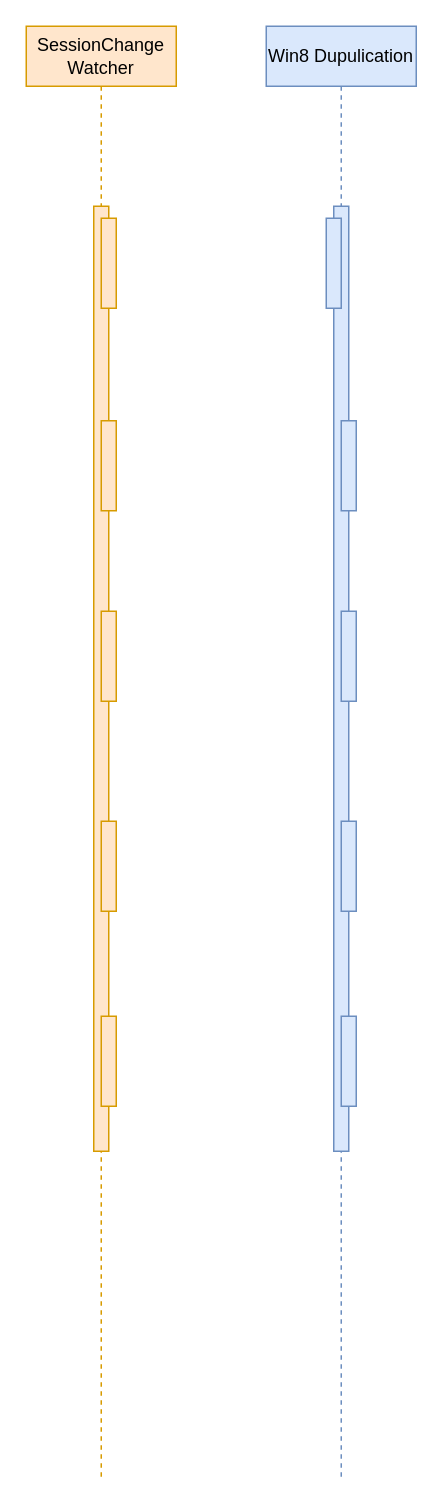
The draw.io diagram page "Hooking" (6 of 9) of UML/mirero/SwRcs/Arch.drawio in rhkdguskim/Study, before the edit. Source tidied: cells renumbered, new cells numbered last; positions are measured from the earlier drawing's top-left corner, leaving out a move shared by most shapes. Both pictures are drawn from the tidied source at 150%, with x=0, y=0 at pixel (26, 26).
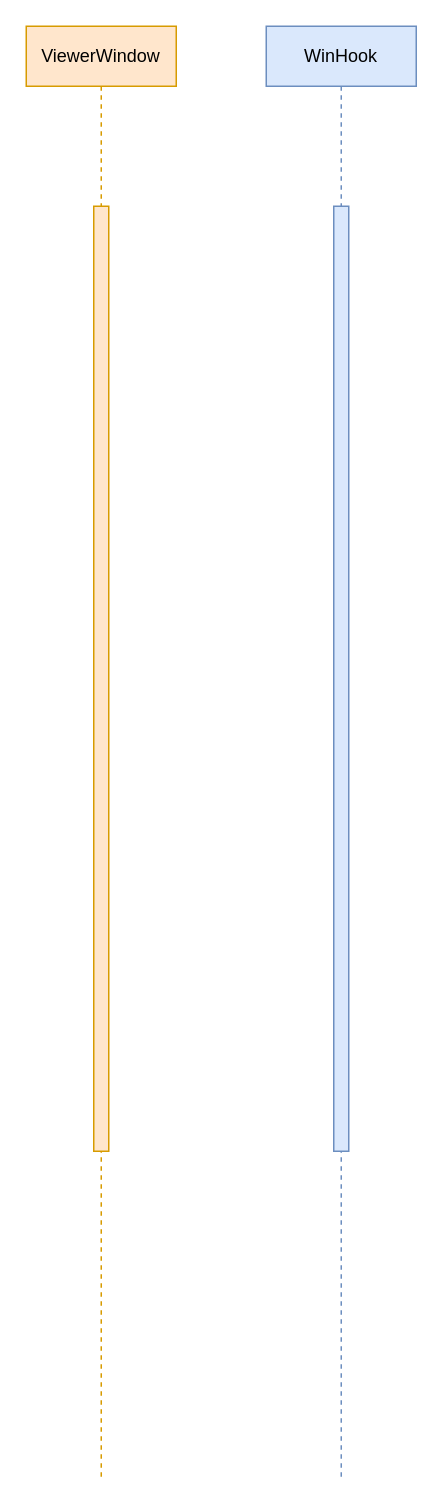
Above is the later version.

The edit, as a diff of the source:
```diff
@@
 <mxGraphModel>
   <root>
     <mxCell id="0" />
     <mxCell id="1" parent="0" />
-    <mxCell id="2" value="SessionChange&lt;br&gt;Watcher" style="shape=umlLifeline;perimeter=lifelinePerimeter;whiteSpace=wrap;html=1;fillColor=#ffe6cc;strokeColor=#d79b00;" parent="1" vertex="1">
+    <mxCell id="2" value="ViewerWindow" style="shape=umlLifeline;perimeter=lifelinePerimeter;whiteSpace=wrap;html=1;fillColor=#ffe6cc;strokeColor=#d79b00;" parent="1" vertex="1">
       <mxGeometry width="100" height="970" as="geometry" />
     </mxCell>
     <mxCell id="3" style="html=1;perimeter=orthogonalPerimeter;fillColor=#ffe6cc;strokeColor=#d79b00;" parent="2" vertex="1">
       <mxGeometry x="45" y="120" width="10" height="630" as="geometry" />
     </mxCell>
-    <mxCell id="4" style="html=1;perimeter=orthogonalPerimeter;fillColor=#ffe6cc;strokeColor=#d79b00;" parent="2" vertex="1">
-      <mxGeometry x="50" y="128" width="10" height="60" as="geometry" />
-    </mxCell>
-    <mxCell id="5" value="Win8 Dupulication" style="shape=umlLifeline;perimeter=lifelinePerimeter;whiteSpace=wrap;html=1;fillColor=#dae8fc;strokeColor=#6c8ebf;" parent="1" vertex="1">
+    <mxCell id="5" value="WinHook" style="shape=umlLifeline;perimeter=lifelinePerimeter;whiteSpace=wrap;html=1;fillColor=#dae8fc;strokeColor=#6c8ebf;" parent="1" vertex="1">
       <mxGeometry x="160" width="100" height="970" as="geometry" />
     </mxCell>
     <mxCell id="6" style="html=1;perimeter=orthogonalPerimeter;fillColor=#dae8fc;strokeColor=#6c8ebf;" parent="5" vertex="1">
       <mxGeometry x="45" y="120" width="10" height="630" as="geometry" />
     </mxCell>
-    <mxCell id="7" style="html=1;perimeter=orthogonalPerimeter;fillColor=#dae8fc;strokeColor=#6c8ebf;" parent="5" vertex="1">
-      <mxGeometry x="40" y="128" width="10" height="60" as="geometry" />
-    </mxCell>
-    <mxCell id="8" style="html=1;perimeter=orthogonalPerimeter;fillColor=#dae8fc;strokeColor=#6c8ebf;" parent="5" vertex="1">
-      <mxGeometry x="50" y="263" width="10" height="60" as="geometry" />
-    </mxCell>
-    <mxCell id="9" style="html=1;perimeter=orthogonalPerimeter;fillColor=#dae8fc;strokeColor=#6c8ebf;" parent="5" vertex="1">
-      <mxGeometry x="50" y="390" width="10" height="60" as="geometry" />
-    </mxCell>
-    <mxCell id="10" style="html=1;perimeter=orthogonalPerimeter;fillColor=#dae8fc;strokeColor=#6c8ebf;" parent="5" vertex="1">
-      <mxGeometry x="50" y="530" width="10" height="60" as="geometry" />
-    </mxCell>
-    <mxCell id="11" style="html=1;perimeter=orthogonalPerimeter;fillColor=#dae8fc;strokeColor=#6c8ebf;" parent="5" vertex="1">
-      <mxGeometry x="50" y="660" width="10" height="60" as="geometry" />
-    </mxCell>
-    <mxCell id="12" style="html=1;perimeter=orthogonalPerimeter;fillColor=#ffe6cc;strokeColor=#d79b00;" parent="1" vertex="1">
-      <mxGeometry x="50" y="263" width="10" height="60" as="geometry" />
-    </mxCell>
-    <mxCell id="13" style="html=1;perimeter=orthogonalPerimeter;fillColor=#ffe6cc;strokeColor=#d79b00;" parent="1" vertex="1">
-      <mxGeometry x="50" y="660" width="10" height="60" as="geometry" />
-    </mxCell>
-    <mxCell id="14" style="html=1;perimeter=orthogonalPerimeter;fillColor=#ffe6cc;strokeColor=#d79b00;" parent="1" vertex="1">
-      <mxGeometry x="50" y="530" width="10" height="60" as="geometry" />
-    </mxCell>
-    <mxCell id="15" style="html=1;perimeter=orthogonalPerimeter;fillColor=#ffe6cc;strokeColor=#d79b00;" parent="1" vertex="1">
-      <mxGeometry x="50" y="390" width="10" height="60" as="geometry" />
-    </mxCell>
   </root>
 </mxGraphModel>
```
